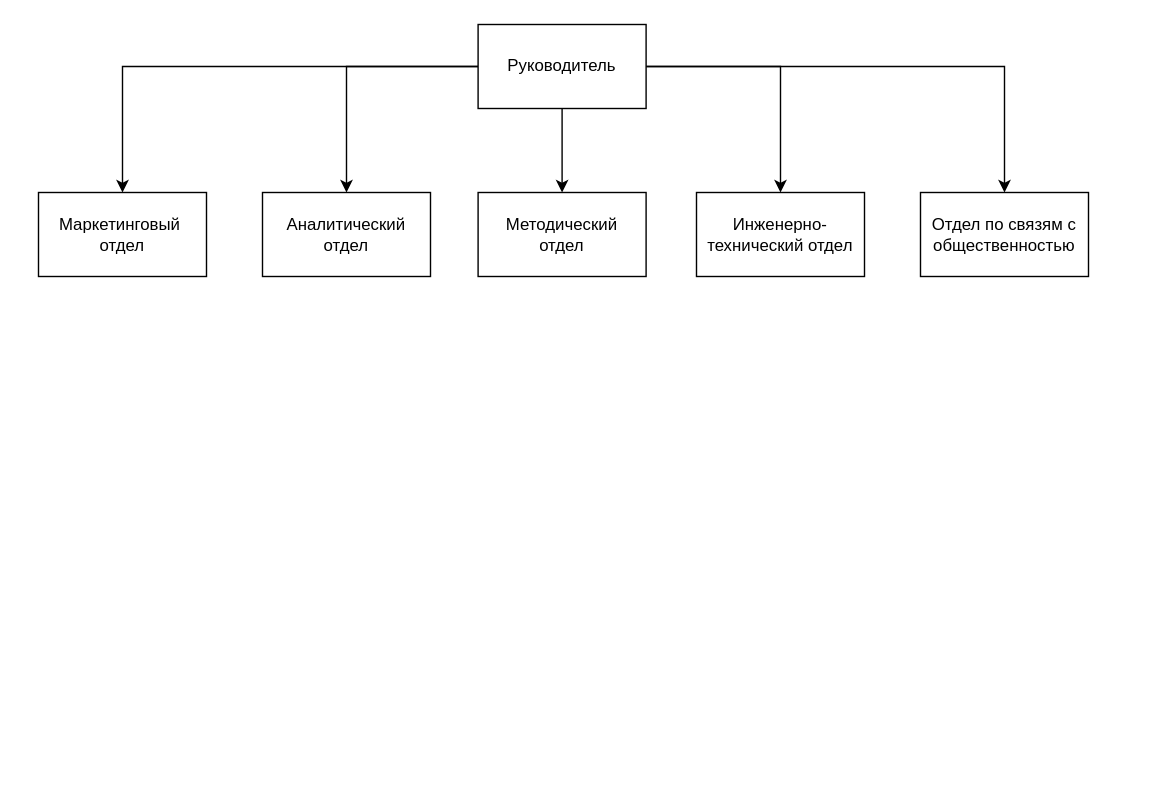
The draw.io diagram Business-modeling-1.0.drawio in mepashka/Business-modeling-1.0, before the edit. Source tidied: cells renumbered, new cells numbered last; positions are measured from the earlier drawing's top-left corner, leaving out a move shared by most shapes. Both pictures are drawn from the tidied source at 140%, with x=0, y=0 at pixel (38, 24).
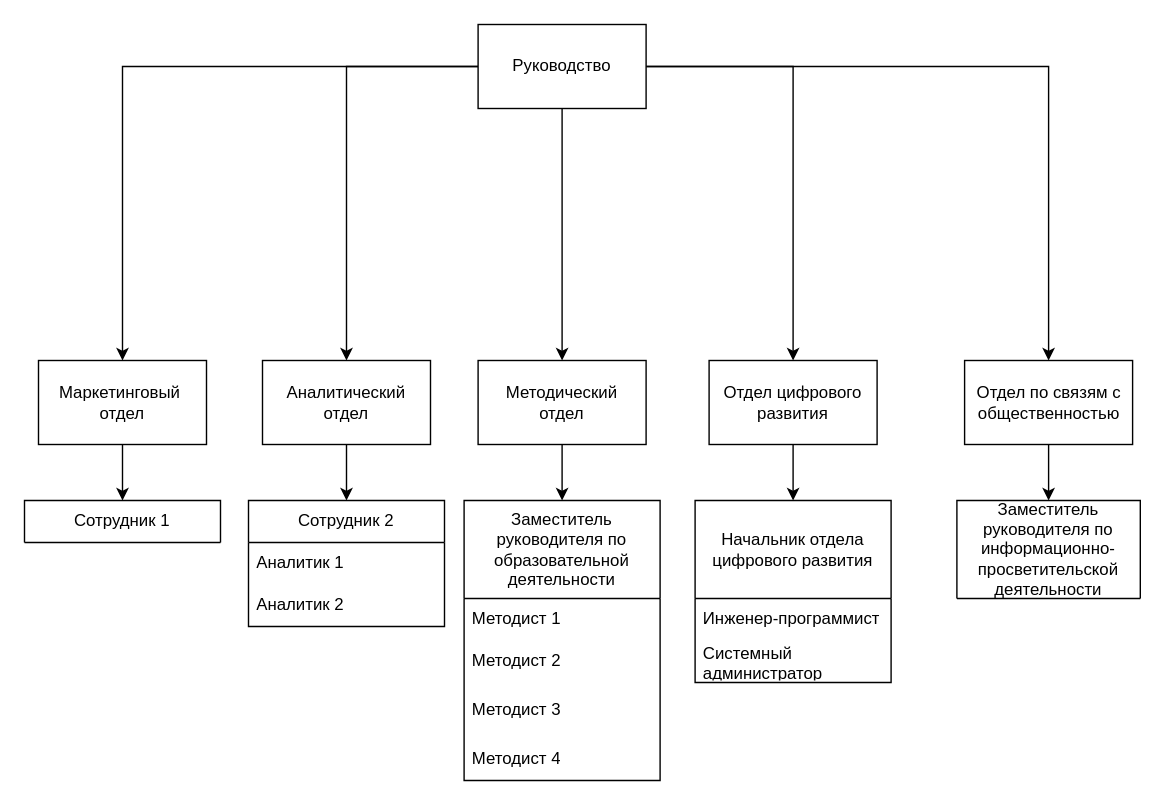
The same diagram, later.

The edit, as a diff of the source:
```diff
@@
-    <mxCell id="4" style="edgeStyle=orthogonalEdgeStyle;rounded=0;jettySize=auto;html=1;entryX=0.5;entryY=0;entryDx=0;entryDy=0;" parent="1" edge="1" source="7" target="10">
-      <mxGeometry relative="1" as="geometry" />
-    </mxCell>
@@
+    <mxCell id="4" style="edgeStyle=orthogonalEdgeStyle;rounded=0;jettySize=auto;html=1;entryX=0.5;entryY=0;entryDx=0;entryDy=0;" parent="1" edge="1" source="7" target="10">
+      <mxGeometry relative="1" as="geometry" />
+    </mxCell>
-    <mxCell id="7" value="Руководитель" style="rounded=0;whiteSpace=wrap;html=1;" parent="1" vertex="1">
+    <mxCell id="7" value="Руководство" style="rounded=0;whiteSpace=wrap;html=1;" parent="1" vertex="1">
       <mxGeometry x="314" width="120" height="60" as="geometry" />
     </mxCell>
+    <mxCell id="13" style="edgeStyle=orthogonalEdgeStyle;rounded=0;jettySize=auto;html=1;" parent="1" edge="1" source="8" target="18">
+      <mxGeometry relative="1" as="geometry" />
+    </mxCell>
     <mxCell id="8" value="Маркетинговый&amp;nbsp;&lt;div&gt;отдел&lt;/div&gt;" style="rounded=0;whiteSpace=wrap;html=1;" parent="1" vertex="1">
-      <mxGeometry y="120" width="120" height="60" as="geometry" />
+      <mxGeometry y="240" width="120" height="60" as="geometry" />
     </mxCell>
+    <mxCell id="14" style="edgeStyle=orthogonalEdgeStyle;rounded=0;jettySize=auto;html=1;" parent="1" edge="1" source="9" target="19">
+      <mxGeometry relative="1" as="geometry" />
+    </mxCell>
     <mxCell id="9" value="Аналитический&lt;div&gt;отдел&lt;/div&gt;" style="rounded=0;whiteSpace=wrap;html=1;" parent="1" vertex="1">
-      <mxGeometry x="160" y="120" width="120" height="60" as="geometry" />
+      <mxGeometry x="160" y="240" width="120" height="60" as="geometry" />
     </mxCell>
+    <mxCell id="15" style="edgeStyle=orthogonalEdgeStyle;rounded=0;jettySize=auto;html=1;" parent="1" edge="1" source="10" target="22">
+      <mxGeometry relative="1" as="geometry" />
+    </mxCell>
     <mxCell id="10" value="Методический&lt;div&gt;отдел&lt;/div&gt;" style="rounded=0;whiteSpace=wrap;html=1;" parent="1" vertex="1">
-      <mxGeometry x="314" y="120" width="120" height="60" as="geometry" />
+      <mxGeometry x="314" y="240" width="120" height="60" as="geometry" />
     </mxCell>
+    <mxCell id="16" style="edgeStyle=orthogonalEdgeStyle;rounded=0;jettySize=auto;html=1;entryX=0.5;entryY=0;entryDx=0;entryDy=0;" parent="1" edge="1" source="11" target="27">
+      <mxGeometry relative="1" as="geometry" />
+    </mxCell>
-    <mxCell id="11" value="Инженерно-технический отдел" style="rounded=0;whiteSpace=wrap;html=1;" parent="1" vertex="1">
-      <mxGeometry x="470" y="120" width="120" height="60" as="geometry" />
+    <mxCell id="11" value="Отдел цифрового развития" style="rounded=0;whiteSpace=wrap;html=1;" parent="1" vertex="1">
+      <mxGeometry x="479" y="240" width="120" height="60" as="geometry" />
     </mxCell>
+    <mxCell id="17" style="edgeStyle=orthogonalEdgeStyle;rounded=0;jettySize=auto;html=1;entryX=0.5;entryY=0;entryDx=0;entryDy=0;" parent="1" edge="1" source="12" target="30">
+      <mxGeometry relative="1" as="geometry" />
+    </mxCell>
     <mxCell id="12" value="Отдел по связям с общественностью" style="rounded=0;whiteSpace=wrap;html=1;" parent="1" vertex="1">
-      <mxGeometry x="630" y="120" width="120" height="60" as="geometry" />
+      <mxGeometry x="661.5" y="240" width="120" height="60" as="geometry" />
     </mxCell>
+    <mxCell id="18" value="Сотрудник 1" style="swimlane;fontStyle=0;horizontal=1;startSize=30;whiteSpace=wrap;html=1;" parent="1" vertex="1">
+      <mxGeometry x="-10" y="340" width="140" height="30" as="geometry" />
+    </mxCell>
+    <mxCell id="19" value="Сотрудник 2" style="swimlane;fontStyle=0;horizontal=1;startSize=30;whiteSpace=wrap;html=1;" parent="1" vertex="1">
+      <mxGeometry x="150" y="340" width="140" height="90" as="geometry" />
+    </mxCell>
+    <mxCell id="20" value="Аналитик 1&amp;nbsp;" style="text;strokeColor=none;fillColor=none;align=left;verticalAlign=middle;spacingLeft=4;spacingRight=4;overflow=hidden;whiteSpace=wrap;html=1;" parent="19" vertex="1">
+      <mxGeometry y="30" width="140" height="30" as="geometry" />
+    </mxCell>
+    <mxCell id="21" value="Аналитик 2" style="text;strokeColor=none;fillColor=none;align=left;verticalAlign=middle;spacingLeft=4;spacingRight=4;overflow=hidden;whiteSpace=wrap;html=1;" parent="19" vertex="1">
+      <mxGeometry y="60" width="140" height="30" as="geometry" />
+    </mxCell>
+    <mxCell id="22" value="Заместитель руководителя по образовательной деятельности" style="swimlane;fontStyle=0;horizontal=1;startSize=70;whiteSpace=wrap;html=1;" parent="1" vertex="1">
+      <mxGeometry x="304" y="340" width="140" height="200" as="geometry" />
+    </mxCell>
+    <mxCell id="23" value="Методист 1" style="text;strokeColor=none;fillColor=none;align=left;verticalAlign=middle;spacingLeft=4;spacingRight=4;overflow=hidden;whiteSpace=wrap;html=1;" parent="22" vertex="1">
+      <mxGeometry y="70" width="140" height="30" as="geometry" />
+    </mxCell>
+    <mxCell id="24" value="Методист 2" style="text;strokeColor=none;fillColor=none;align=left;verticalAlign=middle;spacingLeft=4;spacingRight=4;overflow=hidden;whiteSpace=wrap;html=1;" parent="22" vertex="1">
+      <mxGeometry y="100" width="140" height="30" as="geometry" />
+    </mxCell>
+    <mxCell id="25" value="Методист 3" style="text;strokeColor=none;fillColor=none;align=left;verticalAlign=middle;spacingLeft=4;spacingRight=4;overflow=hidden;whiteSpace=wrap;html=1;" parent="22" vertex="1">
+      <mxGeometry y="130" width="140" height="40" as="geometry" />
+    </mxCell>
+    <mxCell id="26" value="Методист 4" style="text;strokeColor=none;fillColor=none;align=left;verticalAlign=middle;spacingLeft=4;spacingRight=4;overflow=hidden;whiteSpace=wrap;html=1;" parent="22" vertex="1">
+      <mxGeometry y="170" width="140" height="30" as="geometry" />
+    </mxCell>
+    <mxCell id="27" value="Начальник отдела цифрового развития" style="swimlane;fontStyle=0;horizontal=1;startSize=70;whiteSpace=wrap;html=1;" parent="1" vertex="1">
+      <mxGeometry x="469" y="340" width="140" height="130" as="geometry" />
+    </mxCell>
+    <mxCell id="28" value="Инженер-программист" style="text;strokeColor=none;fillColor=none;align=left;verticalAlign=middle;spacingLeft=4;spacingRight=4;overflow=hidden;whiteSpace=wrap;html=1;" parent="27" vertex="1">
+      <mxGeometry y="70" width="140" height="30" as="geometry" />
+    </mxCell>
+    <mxCell id="29" value="Системный администратор" style="text;strokeColor=none;fillColor=none;align=left;verticalAlign=middle;spacingLeft=4;spacingRight=4;overflow=hidden;whiteSpace=wrap;html=1;" parent="27" vertex="1">
+      <mxGeometry y="100" width="140" height="30" as="geometry" />
+    </mxCell>
+    <mxCell id="30" value="&lt;div style=&quot;text-align: center;&quot;&gt;Заместитель руководителя по информационно-просветительской деятельности&lt;/div&gt;" style="swimlane;fontStyle=0;horizontal=1;startSize=70;whiteSpace=wrap;html=1;" parent="1" vertex="1">
+      <mxGeometry x="656" y="340" width="131" height="70" as="geometry" />
+    </mxCell>
```
